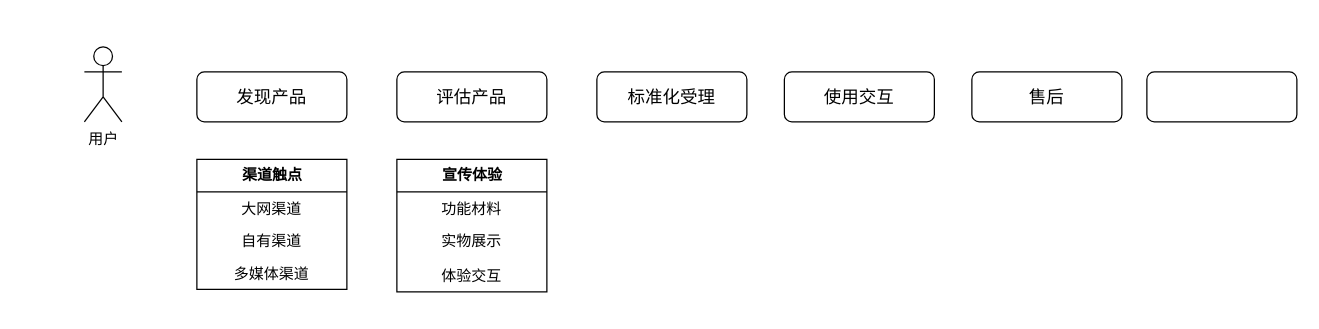
JQLIANG77/drowio keeps this draw.io diagram as 产品端到端流程（客户视角）.drawio. Above is the earlier version. Source tidied: cells renumbered, new cells numbered last; positions are measured from the earlier drawing's top-left corner, leaving out a move shared by most shapes. Both pictures are drawn from the tidied source at 125%, with x=0, y=0 at pixel (84, 46).
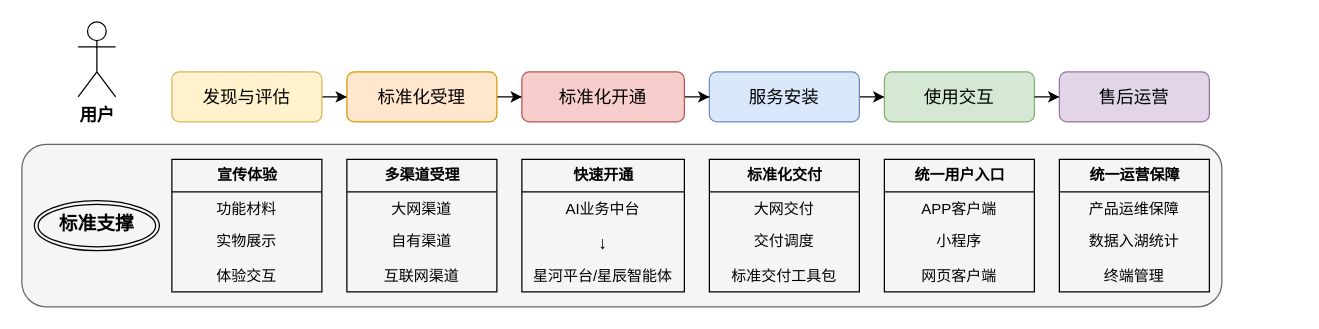
The same diagram, later.

Commit message:
更新产品端到端流程（客户视角）.drawio

Diff of the diagram source:
```diff
@@
-    <mxCell id="2" value="&lt;font style=&quot;font-size: 14px;&quot;&gt;发现产品&lt;/font&gt;" style="rounded=1;whiteSpace=wrap;html=1;" parent="1" vertex="1">
-      <mxGeometry x="90" y="20" width="120" height="40" as="geometry" />
-    </mxCell>
+    <mxCell id="17" style="rounded=1;whiteSpace=wrap;html=1;align=left;verticalAlign=top;spacingLeft=4;spacingRight=4;fontFamily=Helvetica;fontSize=12;fontColor=#333333;fillColor=#f5f5f5;strokeColor=#666666;" parent="1" vertex="1">
+      <mxGeometry x="-50" y="78" width="960" height="130" as="geometry" />
+    </mxCell>
-    <mxCell id="3" value="用户" style="shape=umlActor;verticalLabelPosition=bottom;verticalAlign=top;html=1;" parent="1" vertex="1">
-      <mxGeometry width="30" height="60" as="geometry" />
+    <mxCell id="3" value="&lt;font style=&quot;font-size: 14px;&quot;&gt;&lt;b&gt;用户&lt;/b&gt;&lt;/font&gt;" style="shape=umlActor;verticalLabelPosition=bottom;verticalAlign=top;html=1;" parent="1" vertex="1">
+      <mxGeometry x="-5" y="-20" width="30" height="60" as="geometry" />
     </mxCell>
-    <mxCell id="4" value="&lt;b&gt;渠道触点&lt;/b&gt;" style="swimlane;fontStyle=0;horizontal=1;startSize=26;fillColor=none;html=1;" parent="1" vertex="1">
-      <mxGeometry x="90" y="90" width="120" height="104" as="geometry" />
-    </mxCell>
-    <mxCell id="5" value="大网渠道" style="text;strokeColor=none;fillColor=none;align=center;verticalAlign=top;spacingLeft=4;spacingRight=4;overflow=hidden;whiteSpace=wrap;html=1;" parent="4" vertex="1">
-      <mxGeometry y="26" width="120" height="26" as="geometry" />
-    </mxCell>
-    <mxCell id="6" value="自有渠道" style="text;strokeColor=none;fillColor=none;align=center;verticalAlign=top;spacingLeft=4;spacingRight=4;overflow=hidden;whiteSpace=wrap;html=1;" parent="4" vertex="1">
-      <mxGeometry y="52" width="120" height="26" as="geometry" />
-    </mxCell>
-    <mxCell id="7" value="多媒体渠道" style="text;strokeColor=none;fillColor=none;align=center;verticalAlign=top;spacingLeft=4;spacingRight=4;overflow=hidden;whiteSpace=wrap;html=1;" parent="4" vertex="1">
-      <mxGeometry y="78" width="120" height="26" as="geometry" />
-    </mxCell>
+    <mxCell id="18" style="edgeStyle=orthogonalEdgeStyle;rounded=0;jettySize=auto;html=1;fontFamily=Helvetica;fontSize=12;fontColor=default;" parent="1" edge="1" source="8" target="13">
+      <mxGeometry relative="1" as="geometry" />
+    </mxCell>
-    <mxCell id="8" value="&lt;font style=&quot;font-size: 14px;&quot;&gt;评估产品&lt;/font&gt;" style="rounded=1;whiteSpace=wrap;html=1;" parent="1" vertex="1">
-      <mxGeometry x="250" y="20" width="120" height="40" as="geometry" />
+    <mxCell id="8" value="&lt;font style=&quot;font-size: 14px;&quot;&gt;发现与评估&lt;/font&gt;" style="rounded=1;whiteSpace=wrap;html=1;fillColor=#fff2cc;strokeColor=#d6b656;" parent="1" vertex="1">
+      <mxGeometry x="70" y="20" width="120" height="40" as="geometry" />
     </mxCell>
     <mxCell id="9" value="&lt;b&gt;宣传体验&lt;/b&gt;" style="swimlane;fontStyle=0;horizontal=1;startSize=26;fillColor=none;html=1;" parent="1" vertex="1">
-      <mxGeometry x="250" y="90" width="120" height="106" as="geometry" />
+      <mxGeometry x="70" y="90" width="120" height="106" as="geometry" />
     </mxCell>
@@
+    <mxCell id="19" style="edgeStyle=orthogonalEdgeStyle;rounded=0;jettySize=auto;html=1;fontFamily=Helvetica;fontSize=12;fontColor=default;" parent="1" edge="1" source="13" target="32">
+      <mxGeometry relative="1" as="geometry" />
+    </mxCell>
-    <mxCell id="13" value="&lt;font style=&quot;font-size: 14px;&quot;&gt;标准化受理&lt;/font&gt;" style="rounded=1;whiteSpace=wrap;html=1;" parent="1" vertex="1">
-      <mxGeometry x="410" y="20" width="120" height="40" as="geometry" />
+    <mxCell id="13" value="&lt;font style=&quot;font-size: 14px;&quot;&gt;标准化受理&lt;/font&gt;" style="rounded=1;whiteSpace=wrap;html=1;fillColor=#ffe6cc;strokeColor=#d79b00;" parent="1" vertex="1">
+      <mxGeometry x="210" y="20" width="120" height="40" as="geometry" />
     </mxCell>
+    <mxCell id="20" style="edgeStyle=orthogonalEdgeStyle;rounded=0;jettySize=auto;html=1;fontFamily=Helvetica;fontSize=12;fontColor=default;" parent="1" edge="1" source="14" target="15">
+      <mxGeometry relative="1" as="geometry" />
+    </mxCell>
-    <mxCell id="14" value="&lt;span style=&quot;font-size: 14px;&quot;&gt;使用交互&lt;/span&gt;" style="rounded=1;whiteSpace=wrap;html=1;" parent="1" vertex="1">
-      <mxGeometry x="560" y="20" width="120" height="40" as="geometry" />
+    <mxCell id="14" value="&lt;span style=&quot;font-size: 14px;&quot;&gt;服务安装&lt;/span&gt;" style="rounded=1;whiteSpace=wrap;html=1;fillColor=#dae8fc;strokeColor=#6c8ebf;" parent="1" vertex="1">
+      <mxGeometry x="500" y="20" width="120" height="40" as="geometry" />
     </mxCell>
-    <mxCell id="15" value="&lt;span style=&quot;font-size: 14px;&quot;&gt;售后&lt;/span&gt;" style="rounded=1;whiteSpace=wrap;html=1;" parent="1" vertex="1">
-      <mxGeometry x="710" y="20" width="120" height="40" as="geometry" />
+    <mxCell id="15" value="&lt;span style=&quot;font-size: 14px;&quot;&gt;使用交互&lt;/span&gt;" style="rounded=1;whiteSpace=wrap;html=1;fillColor=#d5e8d4;strokeColor=#82b366;" parent="1" vertex="1">
+      <mxGeometry x="640" y="20" width="120" height="40" as="geometry" />
     </mxCell>
-    <mxCell id="16" style="rounded=1;whiteSpace=wrap;html=1;" parent="1" vertex="1">
-      <mxGeometry x="850" y="20" width="120" height="40" as="geometry" />
-    </mxCell>
+    <mxCell id="21" value="&lt;b&gt;多渠道受理&lt;/b&gt;" style="swimlane;fontStyle=0;horizontal=1;startSize=26;fillColor=none;html=1;" parent="1" vertex="1">
+      <mxGeometry x="210" y="90" width="120" height="106" as="geometry" />
+    </mxCell>
+    <mxCell id="5" value="大网渠道" style="text;strokeColor=none;fillColor=none;align=center;verticalAlign=top;spacingLeft=4;spacingRight=4;overflow=hidden;whiteSpace=wrap;html=1;" parent="21" vertex="1">
+      <mxGeometry y="26" width="120" height="26" as="geometry" />
+    </mxCell>
+    <mxCell id="6" value="自有渠道" style="text;strokeColor=none;fillColor=none;align=center;verticalAlign=top;spacingLeft=4;spacingRight=4;overflow=hidden;whiteSpace=wrap;html=1;" parent="21" vertex="1">
+      <mxGeometry y="52" width="120" height="28" as="geometry" />
+    </mxCell>
+    <mxCell id="22" value="互联网渠道" style="text;strokeColor=none;fillColor=none;align=center;verticalAlign=top;spacingLeft=4;spacingRight=4;overflow=hidden;whiteSpace=wrap;html=1;" parent="21" vertex="1">
+      <mxGeometry y="80" width="120" height="26" as="geometry" />
+    </mxCell>
+    <mxCell id="23" value="&lt;b&gt;标准化交付&lt;/b&gt;" style="swimlane;fontStyle=0;horizontal=1;startSize=26;fillColor=none;html=1;" parent="1" vertex="1">
+      <mxGeometry x="500" y="90" width="120" height="106" as="geometry" />
+    </mxCell>
+    <mxCell id="24" value="大网交付" style="text;strokeColor=none;fillColor=none;align=center;verticalAlign=top;spacingLeft=4;spacingRight=4;overflow=hidden;whiteSpace=wrap;html=1;" parent="23" vertex="1">
+      <mxGeometry y="26" width="120" height="26" as="geometry" />
+    </mxCell>
+    <mxCell id="25" value="交付调度" style="text;strokeColor=none;fillColor=none;align=center;verticalAlign=top;spacingLeft=4;spacingRight=4;overflow=hidden;whiteSpace=wrap;html=1;" parent="23" vertex="1">
+      <mxGeometry y="52" width="120" height="28" as="geometry" />
+    </mxCell>
+    <mxCell id="26" value="标准交付工具包" style="text;strokeColor=none;fillColor=none;align=center;verticalAlign=top;spacingLeft=4;spacingRight=4;overflow=hidden;whiteSpace=wrap;html=1;" parent="23" vertex="1">
+      <mxGeometry y="80" width="120" height="26" as="geometry" />
+    </mxCell>
+    <mxCell id="27" value="&lt;b&gt;统一用户入口&lt;/b&gt;" style="swimlane;fontStyle=0;horizontal=1;startSize=26;fillColor=none;html=1;" parent="1" vertex="1">
+      <mxGeometry x="640" y="90" width="120" height="106" as="geometry" />
+    </mxCell>
+    <mxCell id="28" value="APP客户端" style="text;strokeColor=none;fillColor=none;align=center;verticalAlign=top;spacingLeft=4;spacingRight=4;overflow=hidden;whiteSpace=wrap;html=1;" parent="27" vertex="1">
+      <mxGeometry y="26" width="120" height="26" as="geometry" />
+    </mxCell>
+    <mxCell id="29" value="小程序" style="text;strokeColor=none;fillColor=none;align=center;verticalAlign=top;spacingLeft=4;spacingRight=4;overflow=hidden;whiteSpace=wrap;html=1;" parent="27" vertex="1">
+      <mxGeometry y="52" width="120" height="28" as="geometry" />
+    </mxCell>
+    <mxCell id="30" value="网页客户端" style="text;strokeColor=none;fillColor=none;align=center;verticalAlign=top;spacingLeft=4;spacingRight=4;overflow=hidden;whiteSpace=wrap;html=1;" parent="27" vertex="1">
+      <mxGeometry y="80" width="120" height="26" as="geometry" />
+    </mxCell>
+    <mxCell id="31" style="edgeStyle=orthogonalEdgeStyle;rounded=0;jettySize=auto;html=1;fontFamily=Helvetica;fontSize=12;fontColor=default;" parent="1" edge="1" source="32" target="14">
+      <mxGeometry relative="1" as="geometry" />
+    </mxCell>
+    <mxCell id="32" value="&lt;font style=&quot;font-size: 14px;&quot;&gt;标准化开通&lt;/font&gt;" style="rounded=1;whiteSpace=wrap;html=1;fillColor=#f8cecc;strokeColor=#b85450;" parent="1" vertex="1">
+      <mxGeometry x="350" y="20" width="130" height="40" as="geometry" />
+    </mxCell>
+    <mxCell id="33" value="&lt;b&gt;快速开通&lt;/b&gt;" style="swimlane;fontStyle=0;horizontal=1;startSize=26;fillColor=none;html=1;" parent="1" vertex="1">
+      <mxGeometry x="350" y="90" width="130" height="106" as="geometry" />
+    </mxCell>
+    <mxCell id="34" value="AI业务中台" style="text;strokeColor=none;fillColor=none;align=center;verticalAlign=top;spacingLeft=4;spacingRight=4;overflow=hidden;whiteSpace=wrap;html=1;" parent="33" vertex="1">
+      <mxGeometry y="26" width="130" height="26" as="geometry" />
+    </mxCell>
+    <mxCell id="35" value="&lt;font style=&quot;font-size: 14px;&quot;&gt;&lt;b&gt;↓&lt;/b&gt;&lt;/font&gt;" style="text;strokeColor=none;fillColor=none;align=center;verticalAlign=top;spacingLeft=4;spacingRight=4;overflow=hidden;whiteSpace=wrap;html=1;" parent="33" vertex="1">
+      <mxGeometry y="52" width="130" height="28" as="geometry" />
+    </mxCell>
+    <mxCell id="36" value="星河平台/星辰智能体" style="text;strokeColor=none;fillColor=none;align=center;verticalAlign=top;spacingLeft=4;spacingRight=4;overflow=hidden;whiteSpace=wrap;html=1;" parent="33" vertex="1">
+      <mxGeometry y="80" width="130" height="26" as="geometry" />
+    </mxCell>
+    <mxCell id="37" style="edgeStyle=orthogonalEdgeStyle;rounded=0;jettySize=auto;html=1;fontFamily=Helvetica;fontSize=12;fontColor=default;" parent="1" edge="1" source="15" target="38">
+      <mxGeometry relative="1" as="geometry" />
+    </mxCell>
+    <mxCell id="38" value="&lt;span style=&quot;font-size: 14px;&quot;&gt;售后运营&lt;/span&gt;" style="rounded=1;whiteSpace=wrap;html=1;fillColor=#e1d5e7;strokeColor=#9673a6;" parent="1" vertex="1">
+      <mxGeometry x="780" y="20" width="120" height="40" as="geometry" />
+    </mxCell>
+    <mxCell id="39" value="&lt;b&gt;统一运营保障&lt;/b&gt;" style="swimlane;fontStyle=0;horizontal=1;startSize=26;fillColor=none;html=1;" parent="1" vertex="1">
+      <mxGeometry x="780" y="90" width="120" height="106" as="geometry" />
+    </mxCell>
+    <mxCell id="40" value="产品运维保障" style="text;strokeColor=none;fillColor=none;align=center;verticalAlign=top;spacingLeft=4;spacingRight=4;overflow=hidden;whiteSpace=wrap;html=1;" parent="39" vertex="1">
+      <mxGeometry y="26" width="120" height="26" as="geometry" />
+    </mxCell>
+    <mxCell id="41" value="数据入湖统计" style="text;strokeColor=none;fillColor=none;align=center;verticalAlign=top;spacingLeft=4;spacingRight=4;overflow=hidden;whiteSpace=wrap;html=1;" parent="39" vertex="1">
+      <mxGeometry y="52" width="120" height="28" as="geometry" />
+    </mxCell>
+    <mxCell id="42" value="终端管理" style="text;strokeColor=none;fillColor=none;align=center;verticalAlign=top;spacingLeft=4;spacingRight=4;overflow=hidden;whiteSpace=wrap;html=1;" parent="39" vertex="1">
+      <mxGeometry y="80" width="120" height="26" as="geometry" />
+    </mxCell>
+    <mxCell id="43" value="&lt;div&gt;&lt;span style=&quot;background-color: initial; font-size: 15px;&quot;&gt;&lt;b&gt;标准支撑&lt;/b&gt;&lt;/span&gt;&lt;br&gt;&lt;/div&gt;" style="ellipse;shape=doubleEllipse;margin=3;whiteSpace=wrap;html=1;align=center;verticalAlign=top;spacingLeft=4;spacingRight=4;fontFamily=Helvetica;fontSize=12;fontColor=default;fillColor=none;gradientColor=none;" parent="1" vertex="1">
+      <mxGeometry x="-40" y="123" width="100" height="40" as="geometry" />
+    </mxCell>
```
